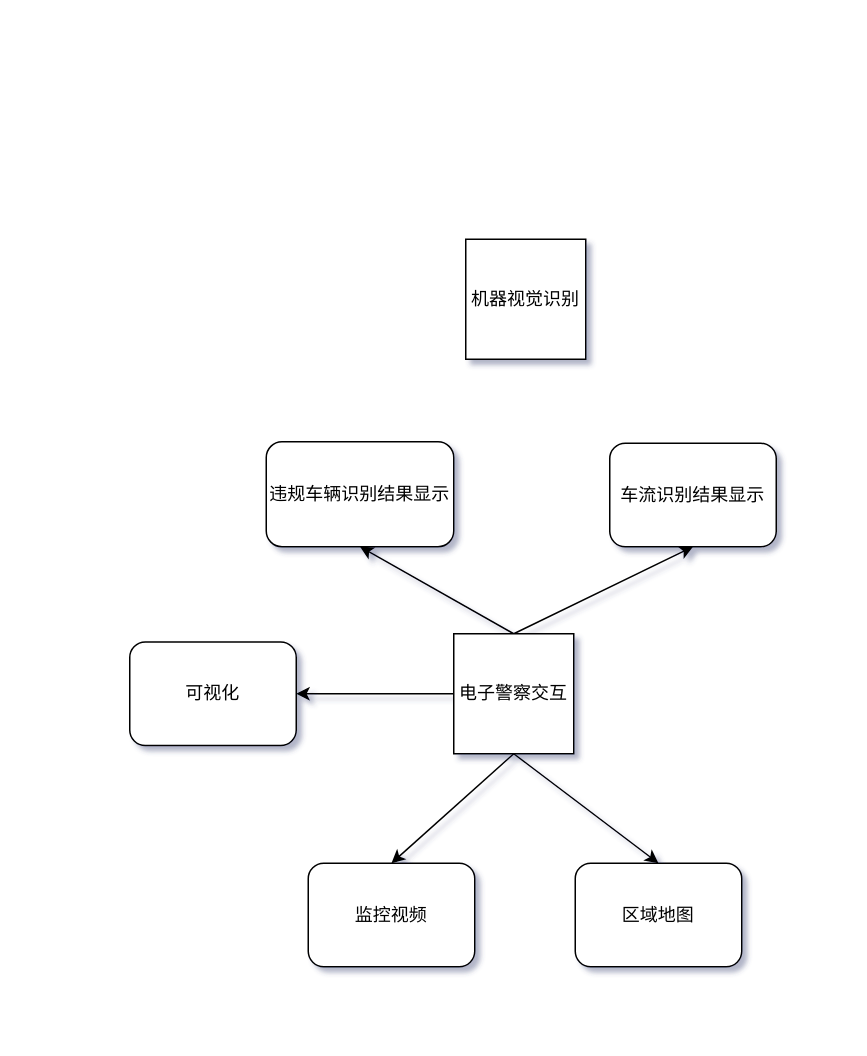
The draw.io diagram Untitled Diagram.drawio in SuperSparta117/drawio_liuchengtu, before the edit. Source tidied: cells renumbered, new cells numbered last; positions are measured from the earlier drawing's top-left corner, leaving out a move shared by most shapes. Both pictures are drawn from the tidied source at 150%, with x=0, y=0 at pixel (129, 238).
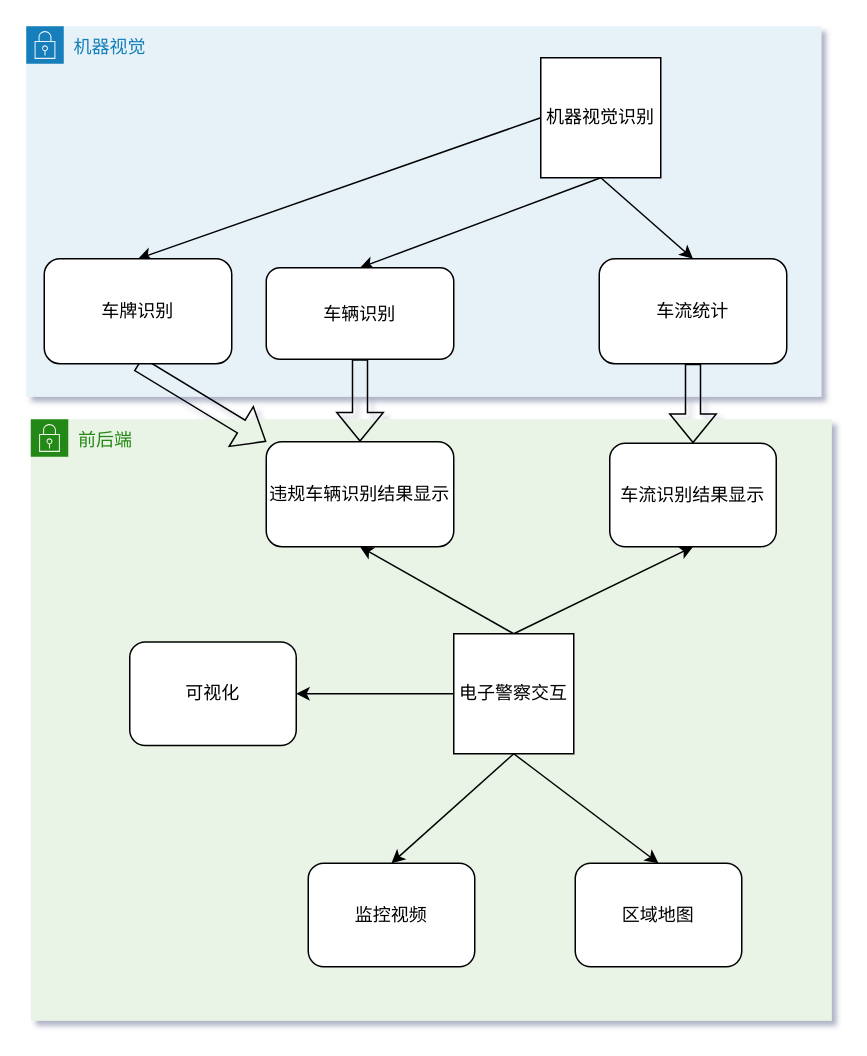
After the change.

The change refers to these unchanged cells:
```xml
<mxCell id="8" value="违规车辆识别结果显示" style="rounded=1;whiteSpace=wrap;html=1;" parent="1" vertex="1">
  <mxGeometry x="91" y="135" width="125" height="70" as="geometry" />
</mxCell>
<mxCell id="9" value="车流识别结果显示" style="rounded=1;whiteSpace=wrap;html=1;" parent="1" vertex="1">
  <mxGeometry x="320" y="136" width="111" height="69" as="geometry" />
</mxCell>
```

The edit, as a diff of the source:
```diff
@@
+    <mxCell id="14" value="前后端" style="gradientColor=none;html=1;whiteSpace=wrap;fontSize=12;fontStyle=0;shape=mxgraph.aws4.group;grIcon=mxgraph.aws4.group_security_group;grStroke=0;strokeColor=#248814;fillColor=#E9F3E6;verticalAlign=top;align=left;spacingLeft=30;fontColor=#248814;dashed=0;" parent="1" vertex="1">
+      <mxGeometry x="-66" y="120" width="534" height="401" as="geometry" />
+    </mxCell>
+    <mxCell id="15" value="机器视觉" style="gradientColor=none;html=1;whiteSpace=wrap;fontSize=12;fontStyle=0;shape=mxgraph.aws4.group;grIcon=mxgraph.aws4.group_security_group;grStroke=0;strokeColor=#147EBA;fillColor=#E6F2F8;verticalAlign=top;align=left;spacingLeft=30;fontColor=#147EBA;dashed=0;" parent="1" vertex="1">
+      <mxGeometry x="-69" y="-142" width="530" height="247" as="geometry" />
+    </mxCell>
@@
+    <mxCell id="16" style="edgeStyle=none;rounded=0;jettySize=auto;html=1;exitX=0;exitY=0.5;exitDx=0;exitDy=0;entryX=0.5;entryY=0;entryDx=0;entryDy=0;" parent="1" edge="1" source="13" target="22">
+      <mxGeometry relative="1" as="geometry" />
+    </mxCell>
+    <mxCell id="17" style="edgeStyle=none;rounded=0;jettySize=auto;html=1;exitX=0.5;exitY=1;exitDx=0;exitDy=0;entryX=0.5;entryY=0;entryDx=0;entryDy=0;" parent="1" edge="1" source="13" target="24">
+      <mxGeometry relative="1" as="geometry" />
+    </mxCell>
+    <mxCell id="18" style="edgeStyle=none;rounded=0;jettySize=auto;html=1;exitX=0.5;exitY=1;exitDx=0;exitDy=0;entryX=0.5;entryY=0;entryDx=0;entryDy=0;" parent="1" edge="1" source="13" target="20">
+      <mxGeometry relative="1" as="geometry" />
+    </mxCell>
     <mxCell id="13" value="机器视觉识别" style="whiteSpace=wrap;html=1;" parent="1" vertex="1">
-      <mxGeometry x="224" width="80" height="80" as="geometry" />
+      <mxGeometry x="274" y="-121" width="80" height="80" as="geometry" />
     </mxCell>
+    <mxCell id="19" style="edgeStyle=none;rounded=0;jettySize=auto;html=1;exitX=0.5;exitY=1;exitDx=0;exitDy=0;entryX=0.5;entryY=0;entryDx=0;entryDy=0;shape=flexArrow;" parent="1" edge="1" source="20" target="8">
+      <mxGeometry relative="1" as="geometry" />
+    </mxCell>
+    <mxCell id="20" value="车辆识别" style="rounded=1;whiteSpace=wrap;html=1;" parent="1" vertex="1">
+      <mxGeometry x="91" y="19" width="125" height="61" as="geometry" />
+    </mxCell>
+    <mxCell id="21" style="edgeStyle=none;shape=flexArrow;rounded=0;jettySize=auto;html=1;exitX=0.5;exitY=1;exitDx=0;exitDy=0;entryX=0;entryY=0;entryDx=0;entryDy=0;" parent="1" edge="1" source="22" target="8">
+      <mxGeometry relative="1" as="geometry" />
+    </mxCell>
+    <mxCell id="22" value="车牌识别" style="rounded=1;whiteSpace=wrap;html=1;" parent="1" vertex="1">
+      <mxGeometry x="-57" y="13" width="125" height="70" as="geometry" />
+    </mxCell>
+    <mxCell id="23" style="edgeStyle=none;shape=flexArrow;rounded=0;jettySize=auto;html=1;exitX=0.5;exitY=1;exitDx=0;exitDy=0;entryX=0.5;entryY=0;entryDx=0;entryDy=0;" parent="1" edge="1" source="24" target="9">
+      <mxGeometry relative="1" as="geometry" />
+    </mxCell>
+    <mxCell id="24" value="车流统计" style="rounded=1;whiteSpace=wrap;html=1;" parent="1" vertex="1">
+      <mxGeometry x="313" y="13" width="125" height="70" as="geometry" />
+    </mxCell>
```
